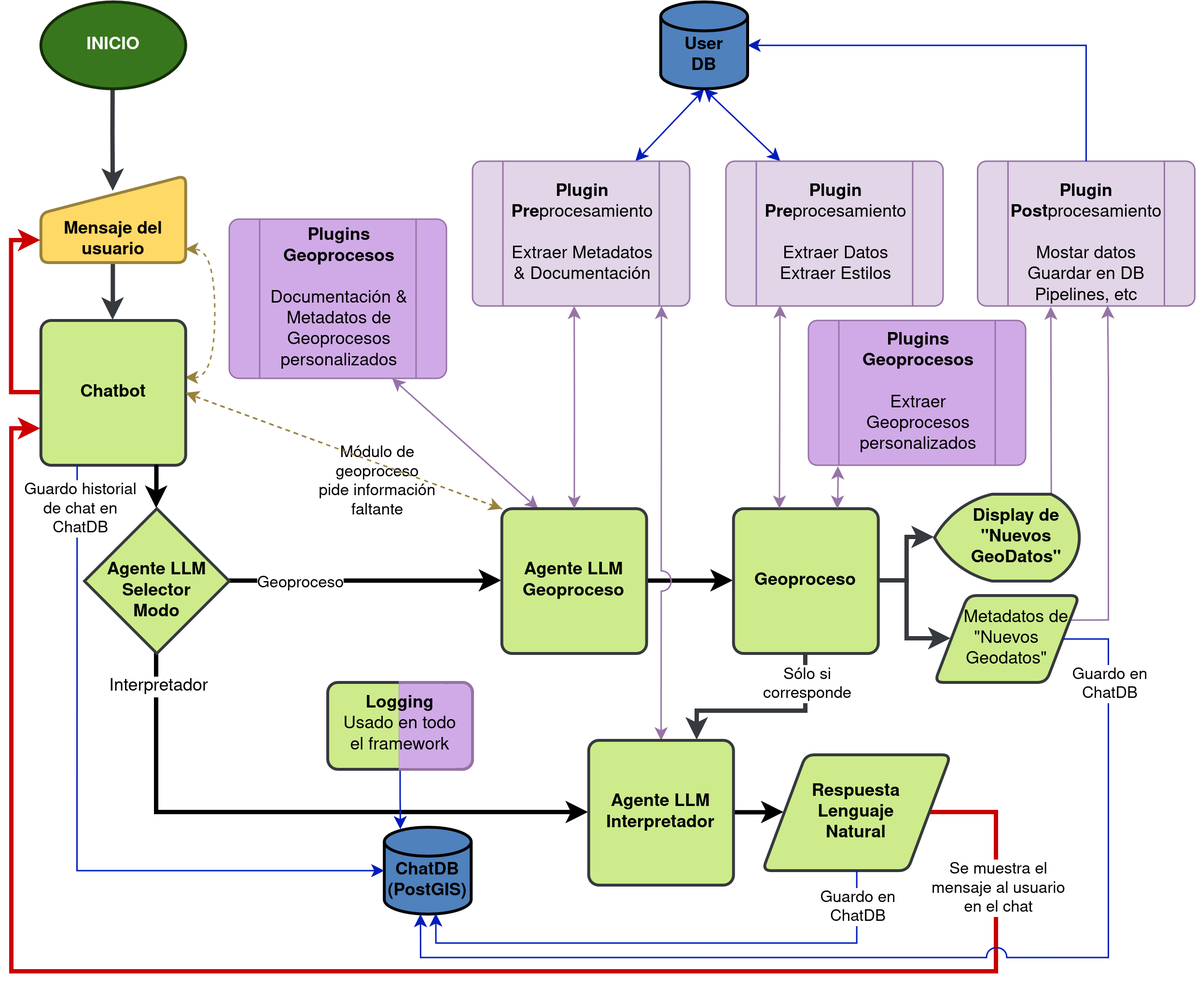
Above: docs/architecture.png in Escobares-Cristhian/llm-geoprocessing (draw.io), before the change. Source tidied: cells renumbered, new cells last; positions are measured from the earlier drawing's top-left corner, leaving out a move shared by most shapes.
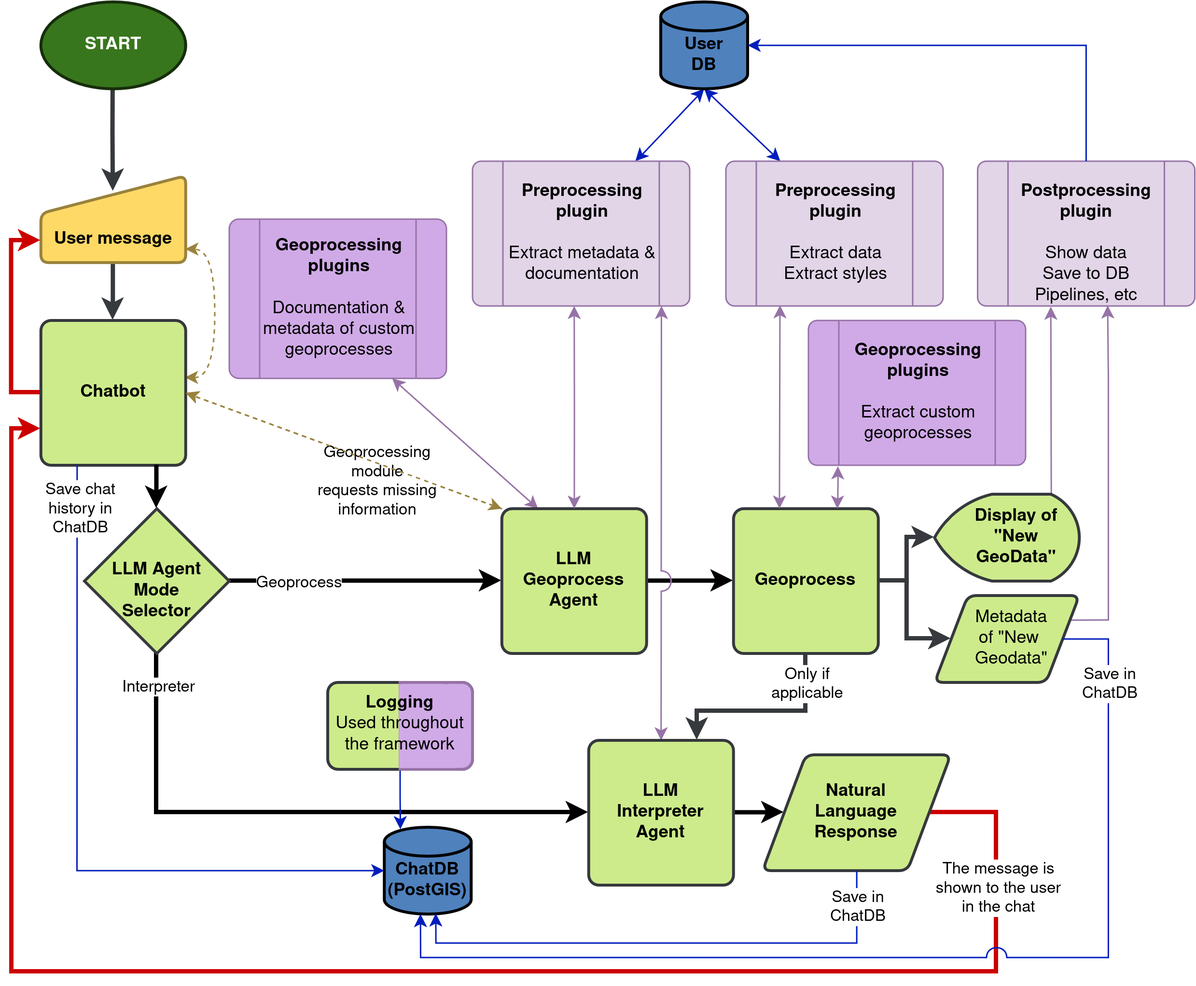
The same diagram one commit later.

Commit message:
readme: Translate architecture diagram and homogenize translations

The edit, as a diff of the source:
```diff
@@ -12,3 +12,3 @@
     </mxCell>
-    <mxCell id="3" value="&amp;nbsp;&amp;nbsp;&amp;nbsp; Metadatos de&lt;br&gt;&quot;Nuevos&lt;br&gt;Geodatos&quot;" style="shape=parallelogram;html=1;strokeWidth=2;perimeter=parallelogramPerimeter;whiteSpace=wrap;rounded=1;arcSize=12;size=0.23;fillColor=#cdeb8b;strokeColor=#36393d;" parent="1" vertex="1">
+    <mxCell id="3" value="&amp;nbsp; Metadata&lt;br&gt;&amp;nbsp;of &quot;New&lt;br&gt;&amp;nbsp; Geodata&quot;" style="shape=parallelogram;html=1;strokeWidth=2;perimeter=parallelogramPerimeter;whiteSpace=wrap;rounded=1;arcSize=12;size=0.23;fillColor=#cdeb8b;strokeColor=#36393d;" parent="1" vertex="1">
       <mxGeometry x="637.1" y="410" width="100" height="60" as="geometry" />
@@ -18,3 +18,3 @@
     </mxCell>
-    <mxCell id="5" value="&lt;div&gt;&lt;br&gt;&lt;/div&gt;&lt;div&gt;&lt;br&gt;&lt;/div&gt;&lt;div&gt;&lt;b&gt;Mensaje del usuario&lt;/b&gt;&lt;/div&gt;" style="html=1;strokeWidth=2;shape=manualInput;whiteSpace=wrap;rounded=1;size=26;arcSize=11;fillColor=#FFD966;strokeColor=#99823D;" parent="1" vertex="1">
+    <mxCell id="5" value="&lt;div&gt;&lt;br&gt;&lt;/div&gt;&lt;div&gt;&lt;br&gt;&lt;/div&gt;&lt;div&gt;&lt;b&gt;User message&lt;br&gt;&lt;/b&gt;&lt;/div&gt;" style="html=1;strokeWidth=2;shape=manualInput;whiteSpace=wrap;rounded=1;size=26;arcSize=11;fillColor=#FFD966;strokeColor=#99823D;" parent="1" vertex="1">
       <mxGeometry x="19.9" y="120" width="100" height="60" as="geometry" />
@@ -33,3 +33,3 @@
     </mxCell>
-    <mxCell id="10" value="&lt;b&gt;INICIO&lt;/b&gt;" style="strokeWidth=2;html=1;shape=mxgraph.flowchart.start_1;whiteSpace=wrap;fillColor=#38761D;strokeColor=#162E0B;fontColor=#FFFFFF;" parent="1" vertex="1">
+    <mxCell id="10" value="&lt;b&gt;START&lt;/b&gt;" style="strokeWidth=2;html=1;shape=mxgraph.flowchart.start_1;whiteSpace=wrap;fillColor=#38761D;strokeColor=#162E0B;fontColor=#FFFFFF;" parent="1" vertex="1">
       <mxGeometry x="19.9" width="100" height="60" as="geometry" />
@@ -39,3 +39,3 @@
     </mxCell>
-    <mxCell id="12" value="Geoproceso" style="edgeLabel;html=1;align=center;verticalAlign=middle;" parent="11" vertex="1">
+    <mxCell id="12" value="Geoprocess" style="edgeLabel;html=1;align=center;verticalAlign=middle;" parent="11" vertex="1">
       <mxGeometry x="-0.24" y="4" relative="1" as="geometry">
@@ -47,3 +47,3 @@
     </mxCell>
-    <mxCell id="14" value="&lt;font style=&quot;font-size: 12px;&quot;&gt;Interpretador&lt;/font&gt;" style="edgeLabel;html=1;align=center;verticalAlign=middle;" parent="13" vertex="1">
+    <mxCell id="14" value="Interpreter" style="edgeLabel;html=1;align=center;verticalAlign=middle;" parent="13" vertex="1">
       <mxGeometry x="-0.94" y="-1" relative="1" as="geometry">
@@ -58,3 +58,3 @@
     </mxCell>
-    <mxCell id="17" value="&lt;span&gt;&lt;span&gt;&lt;span&gt;Módulo de&lt;br&gt;geoproceso&lt;br&gt;pide información&lt;br&gt;faltante&lt;/span&gt;&lt;/span&gt;&lt;/span&gt;" style="edgeLabel;html=1;align=center;verticalAlign=middle;" parent="16" vertex="1">
+    <mxCell id="17" value="&lt;div&gt;&lt;span&gt;&lt;span&gt;&lt;span&gt;Geoprocessing&lt;/span&gt;&lt;/span&gt;&lt;/span&gt;&lt;/div&gt;&lt;div&gt;&lt;span&gt;&lt;span&gt;&lt;span&gt;module&lt;/span&gt;&lt;/span&gt;&lt;/span&gt;&lt;/div&gt;&lt;div&gt;&lt;span&gt;&lt;span&gt;&lt;span&gt;requests missing&lt;/span&gt;&lt;/span&gt;&lt;/span&gt;&lt;/div&gt;&lt;div&gt;&lt;span&gt;&lt;span&gt;&lt;span&gt;information&lt;/span&gt;&lt;/span&gt;&lt;/span&gt;&lt;/div&gt;" style="edgeLabel;html=1;align=center;verticalAlign=middle;" parent="16" vertex="1">
       <mxGeometry x="0.01" relative="1" as="geometry">
@@ -69,3 +69,3 @@
     </mxCell>
-    <mxCell id="20" value="&lt;div&gt;&lt;b&gt;Agente LLM&lt;/b&gt;&lt;/div&gt;&lt;div&gt;&lt;b&gt;Geoproceso&lt;/b&gt;&lt;/div&gt;" style="rounded=1;whiteSpace=wrap;html=1;absoluteArcSize=1;arcSize=14;strokeWidth=2;fillColor=#cdeb8b;strokeColor=#36393d;" parent="1" vertex="1">
+    <mxCell id="20" value="&lt;div&gt;&lt;b&gt;LLM&lt;/b&gt;&lt;/div&gt;&lt;div&gt;&lt;b&gt;Geoprocess Agent&lt;/b&gt;&lt;/div&gt;" style="rounded=1;whiteSpace=wrap;html=1;absoluteArcSize=1;arcSize=14;strokeWidth=2;fillColor=#cdeb8b;strokeColor=#36393d;" parent="1" vertex="1">
       <mxGeometry x="338.3" y="350" width="100" height="100" as="geometry" />
@@ -81,3 +81,3 @@
     </mxCell>
-    <mxCell id="24" value="&lt;b&gt;Plugin&lt;/b&gt;&lt;br&gt;&lt;b&gt;Pre&lt;/b&gt;procesamiento&lt;br&gt;&lt;br&gt;&lt;div&gt;Extraer Metadatos &amp;amp; Documentación&lt;br&gt;&lt;/div&gt;" style="verticalLabelPosition=middle;verticalAlign=middle;html=1;shape=process;whiteSpace=wrap;rounded=1;size=0.14;arcSize=6;labelPosition=center;align=center;fillColor=#e1d5e7;strokeColor=#9673a6;" parent="1" vertex="1">
+    <mxCell id="24" value="&lt;b&gt;Preprocessing plugin&lt;/b&gt;&lt;br&gt;&lt;br&gt;&lt;div&gt;Extract metadata &amp;amp; documentation&lt;br&gt;&lt;/div&gt;" style="verticalLabelPosition=middle;verticalAlign=middle;html=1;shape=process;whiteSpace=wrap;rounded=1;size=0.14;arcSize=6;labelPosition=center;align=center;fillColor=#e1d5e7;strokeColor=#9673a6;" parent="1" vertex="1">
       <mxGeometry x="318" y="110" width="150" height="100" as="geometry" />
@@ -98,3 +98,3 @@
     </mxCell>
-    <mxCell id="28" value="Sólo si&lt;br&gt;corresponde" style="edgeLabel;html=1;align=center;verticalAlign=middle;" parent="27" vertex="1">
+    <mxCell id="28" value="&lt;div&gt;Only if&lt;/div&gt;&lt;div&gt;applicable&lt;/div&gt;" style="edgeLabel;html=1;align=center;verticalAlign=middle;" parent="27" vertex="1">
       <mxGeometry x="-0.76" y="2" relative="1" as="geometry">
@@ -106,3 +106,3 @@
     </mxCell>
-    <mxCell id="30" value="&lt;b&gt;Geoproceso&lt;/b&gt;" style="rounded=1;whiteSpace=wrap;html=1;absoluteArcSize=1;arcSize=14;strokeWidth=2;fillColor=#cdeb8b;strokeColor=#36393d;" parent="1" vertex="1">
+    <mxCell id="30" value="&lt;b&gt;Geoprocess&lt;/b&gt;" style="rounded=1;whiteSpace=wrap;html=1;absoluteArcSize=1;arcSize=14;strokeWidth=2;fillColor=#cdeb8b;strokeColor=#36393d;" parent="1" vertex="1">
       <mxGeometry x="498.3" y="350" width="100" height="100" as="geometry" />
@@ -112,6 +112,6 @@
     </mxCell>
-    <mxCell id="32" value="&lt;div&gt;&lt;b&gt;Agente LLM&lt;/b&gt;&lt;/div&gt;&lt;div&gt;&lt;b&gt;Interpretador&lt;/b&gt;&lt;br&gt;&lt;/div&gt;" style="rounded=1;whiteSpace=wrap;html=1;absoluteArcSize=1;arcSize=14;strokeWidth=2;fillColor=#cdeb8b;strokeColor=#36393d;" parent="1" vertex="1">
+    <mxCell id="32" value="&lt;div&gt;&lt;b&gt;LLM&lt;/b&gt;&lt;/div&gt;&lt;div&gt;&lt;b&gt;Interpreter&lt;/b&gt;&lt;/div&gt;&lt;div&gt;&lt;b&gt;Agent&lt;/b&gt;&lt;/div&gt;" style="rounded=1;whiteSpace=wrap;html=1;absoluteArcSize=1;arcSize=14;strokeWidth=2;fillColor=#cdeb8b;strokeColor=#36393d;" parent="1" vertex="1">
       <mxGeometry x="398.3" y="510" width="100" height="100" as="geometry" />
     </mxCell>
-    <mxCell id="33" value="&lt;b&gt;Plugin&lt;/b&gt;&lt;br&gt;&lt;b&gt;Pre&lt;/b&gt;procesamiento&lt;br&gt;&lt;br&gt;&lt;div&gt;Extraer Datos&lt;/div&gt;&lt;div&gt;Extraer Estilos&lt;br&gt;&lt;/div&gt;" style="verticalLabelPosition=middle;verticalAlign=middle;html=1;shape=process;whiteSpace=wrap;rounded=1;size=0.14;arcSize=6;labelPosition=center;align=center;fillColor=#e1d5e7;strokeColor=#9673a6;" parent="1" vertex="1">
+    <mxCell id="33" value="&lt;b&gt;Preprocessing plugin&lt;/b&gt;&lt;br&gt;&lt;br&gt;&lt;div&gt;Extract data&lt;/div&gt;&lt;div&gt;Extract styles&lt;br&gt;&lt;/div&gt;" style="verticalLabelPosition=middle;verticalAlign=middle;html=1;shape=process;whiteSpace=wrap;rounded=1;size=0.14;arcSize=6;labelPosition=center;align=center;fillColor=#e1d5e7;strokeColor=#9673a6;" parent="1" vertex="1">
       <mxGeometry x="493" y="110" width="150" height="100" as="geometry" />
@@ -128,3 +128,3 @@
     </mxCell>
-    <mxCell id="35" value="Se muestra el&lt;br&gt;mensaje al usuario&lt;br&gt;en el chat" style="edgeLabel;html=1;align=center;verticalAlign=middle;" parent="34" vertex="1">
+    <mxCell id="35" value="&lt;div&gt;The message is&lt;/div&gt;&lt;div&gt;shown to the user&lt;/div&gt;&lt;div&gt;in the chat&lt;/div&gt;" style="edgeLabel;html=1;align=center;verticalAlign=middle;" parent="34" vertex="1">
       <mxGeometry x="-0.85" y="-1" relative="1" as="geometry">
@@ -133,3 +133,3 @@
     </mxCell>
-    <mxCell id="36" value="&lt;b&gt;Respuesta&lt;br&gt;Lenguaje&lt;br&gt;Natural&lt;/b&gt;" style="shape=parallelogram;html=1;strokeWidth=2;perimeter=parallelogramPerimeter;whiteSpace=wrap;rounded=1;arcSize=12;size=0.23;fillColor=#cdeb8b;strokeColor=#36393d;" parent="1" vertex="1">
+    <mxCell id="36" value="&lt;div&gt;&lt;b&gt;Natural&lt;/b&gt;&lt;/div&gt;&lt;div&gt;&lt;b&gt;Language&lt;/b&gt;&lt;/div&gt;&lt;div&gt;&lt;b&gt;Response&lt;/b&gt;&lt;/div&gt;" style="shape=parallelogram;html=1;strokeWidth=2;perimeter=parallelogramPerimeter;whiteSpace=wrap;rounded=1;arcSize=12;size=0.23;fillColor=#cdeb8b;strokeColor=#36393d;" parent="1" vertex="1">
       <mxGeometry x="518.3" y="520" width="130" height="80" as="geometry" />
@@ -153,3 +153,3 @@
     </mxCell>
-    <mxCell id="40" value="&lt;b&gt;&amp;nbsp;&amp;nbsp;&amp;nbsp; Display de&lt;br&gt;&amp;nbsp;&amp;nbsp;&amp;nbsp; &quot;Nuevos&lt;br&gt;&amp;nbsp;&amp;nbsp;&amp;nbsp; GeoDatos&quot;&lt;/b&gt;" style="strokeWidth=2;html=1;shape=mxgraph.flowchart.display;whiteSpace=wrap;fillColor=#cdeb8b;strokeColor=#36393d;" parent="1" vertex="1">
+    <mxCell id="40" value="&lt;b&gt;&amp;nbsp;&amp;nbsp;&amp;nbsp; Display of&lt;br&gt;&amp;nbsp;&amp;nbsp;&amp;nbsp; &quot;New&lt;br&gt;&amp;nbsp;&amp;nbsp;&amp;nbsp; GeoData&quot;&lt;/b&gt;" style="strokeWidth=2;html=1;shape=mxgraph.flowchart.display;whiteSpace=wrap;fillColor=#cdeb8b;strokeColor=#36393d;" parent="1" vertex="1">
       <mxGeometry x="637.1" y="340" width="100" height="60" as="geometry" />
@@ -172,3 +172,3 @@
     </mxCell>
-    <mxCell id="44" value="Guardo en&lt;br&gt;ChatDB" style="edgeLabel;html=1;align=center;verticalAlign=middle;" parent="43" vertex="1">
+    <mxCell id="44" value="&lt;div&gt;Save in&lt;/div&gt;&lt;div&gt;ChatDB&lt;/div&gt;" style="edgeLabel;html=1;align=center;verticalAlign=middle;" parent="43" vertex="1">
       <mxGeometry x="-0.95" relative="1" as="geometry">
@@ -177,6 +177,6 @@
     </mxCell>
-    <mxCell id="45" value="Guardo en&lt;br&gt;ChatDB" style="edgeLabel;html=1;align=center;verticalAlign=middle;" parent="1" vertex="1">
+    <mxCell id="45" value="&lt;div&gt;Save in&lt;/div&gt;&lt;div&gt;ChatDB&lt;/div&gt;" style="edgeLabel;html=1;align=center;verticalAlign=middle;" parent="1" vertex="1">
       <mxGeometry x="583.3" y="624" as="geometry" />
     </mxCell>
-    <mxCell id="46" value="&lt;div&gt;&lt;b&gt;&lt;br&gt;&lt;/b&gt;&lt;/div&gt;&lt;div&gt;&lt;b&gt;Plugin&lt;/b&gt;&lt;/div&gt;&lt;b&gt;Post&lt;/b&gt;procesamiento&lt;br&gt;&lt;br&gt;&lt;div&gt;Mostar datos&lt;/div&gt;&lt;div&gt;Guardar en DB&lt;/div&gt;&lt;div&gt;Pipelines, etc&lt;br&gt;&lt;/div&gt;" style="verticalLabelPosition=middle;verticalAlign=middle;html=1;shape=process;whiteSpace=wrap;rounded=1;size=0.14;arcSize=6;labelPosition=center;align=center;fillColor=#E1D5E7;strokeColor=#9673a6;" parent="1" vertex="1">
+    <mxCell id="46" value="&lt;div&gt;&lt;b&gt;&lt;br&gt;&lt;/b&gt;&lt;/div&gt;&lt;b&gt;Postprocessing plugin&lt;/b&gt;&lt;br&gt;&lt;br&gt;&lt;div&gt;Show data&lt;/div&gt;&lt;div&gt;Save to DB&lt;br&gt;&lt;/div&gt;&lt;div&gt;Pipelines, etc&lt;br&gt;&lt;/div&gt;" style="verticalLabelPosition=middle;verticalAlign=middle;html=1;shape=process;whiteSpace=wrap;rounded=1;size=0.14;arcSize=6;labelPosition=center;align=center;fillColor=#E1D5E7;strokeColor=#9673a6;" parent="1" vertex="1">
       <mxGeometry x="666.8" y="110" width="150" height="100" as="geometry" />
@@ -186,6 +186,6 @@
     </mxCell>
-    <mxCell id="48" value="&lt;div&gt;&lt;b&gt;Plugins&lt;/b&gt;&lt;/div&gt;&lt;b&gt;Geoprocesos&lt;/b&gt;&lt;br&gt;&lt;div&gt;&lt;br&gt;&lt;/div&gt;&lt;div&gt;Documentación &amp;amp; Metadatos de Geoprocesos personalizados&lt;/div&gt;" style="verticalLabelPosition=middle;verticalAlign=middle;html=1;shape=process;whiteSpace=wrap;rounded=1;size=0.14;arcSize=6;labelPosition=center;align=center;fillColor=#D0AAE7;strokeColor=#9673a6;" parent="1" vertex="1">
+    <mxCell id="48" value="&lt;b&gt;Geoprocessing plugins&lt;/b&gt;&lt;br&gt;&lt;div&gt;&lt;br&gt;&lt;/div&gt;&lt;div&gt;Documentation &amp;amp; metadata of custom geoprocesses&lt;/div&gt;" style="verticalLabelPosition=middle;verticalAlign=middle;html=1;shape=process;whiteSpace=wrap;rounded=1;size=0.14;arcSize=6;labelPosition=center;align=center;fillColor=#D0AAE7;strokeColor=#9673a6;" parent="1" vertex="1">
       <mxGeometry x="150" y="150" width="150" height="110" as="geometry" />
     </mxCell>
-    <mxCell id="49" value="&lt;div&gt;&lt;b&gt;&lt;br&gt;&lt;/b&gt;&lt;/div&gt;&lt;div&gt;&lt;b&gt;Plugins&lt;/b&gt;&lt;/div&gt;&lt;b&gt;Geoprocesos&lt;/b&gt;&lt;br&gt;&lt;div&gt;&lt;br&gt;&lt;/div&gt;&lt;div&gt;Extraer&lt;br&gt;&lt;/div&gt;&lt;div&gt;Geoprocesos personalizados&lt;/div&gt;&lt;div&gt;&lt;br&gt;&lt;/div&gt;" style="verticalLabelPosition=middle;verticalAlign=middle;html=1;shape=process;whiteSpace=wrap;rounded=1;size=0.14;arcSize=6;labelPosition=center;align=center;fillColor=#D0AAE7;strokeColor=#9673a6;" parent="1" vertex="1">
+    <mxCell id="49" value="&lt;div&gt;&lt;b&gt;&lt;br&gt;&lt;/b&gt;&lt;/div&gt;&lt;b&gt;Geoprocessing plugins&lt;/b&gt;&lt;br&gt;&lt;div&gt;&lt;br&gt;&lt;/div&gt;Extract custom geoprocesses&lt;div&gt;&lt;br&gt;&lt;/div&gt;" style="verticalLabelPosition=middle;verticalAlign=middle;html=1;shape=process;whiteSpace=wrap;rounded=1;size=0.14;arcSize=6;labelPosition=center;align=center;fillColor=#D0AAE7;strokeColor=#9673a6;" parent="1" vertex="1">
       <mxGeometry x="550" y="220" width="150" height="100" as="geometry" />
@@ -211,3 +211,3 @@
     </mxCell>
-    <mxCell id="53" value="Guardo historial&lt;br&gt;de chat en&lt;br&gt;ChatDB" style="edgeLabel;html=1;align=center;verticalAlign=middle;" parent="52" vertex="1">
+    <mxCell id="53" value="Save chat&lt;br&gt;history in&lt;br&gt;ChatDB" style="edgeLabel;html=1;align=center;verticalAlign=middle;" parent="52" vertex="1">
       <mxGeometry x="-0.9" relative="1" as="geometry">
@@ -216,3 +216,3 @@
     </mxCell>
-    <mxCell id="54" value="&lt;div&gt;&lt;b&gt;&lt;br&gt;Agente LLM&lt;/b&gt;&lt;/div&gt;&lt;div&gt;&lt;b&gt;Selector&lt;br&gt;Modo&lt;/b&gt;&lt;br&gt;&lt;/div&gt;" style="strokeWidth=2;html=1;shape=mxgraph.flowchart.decision;whiteSpace=wrap;fillColor=#cdeb8b;strokeColor=#36393d;" parent="1" vertex="1">
+    <mxCell id="54" value="&lt;div&gt;&lt;b&gt;&lt;br&gt;&lt;/b&gt;&lt;/div&gt;&lt;div&gt;&lt;b&gt;LLM Agent&lt;/b&gt;&lt;/div&gt;&lt;div&gt;&lt;b&gt;Mode&lt;/b&gt;&lt;/div&gt;&lt;div&gt;&lt;b&gt;Selector&lt;/b&gt;&lt;/div&gt;" style="strokeWidth=2;html=1;shape=mxgraph.flowchart.decision;whiteSpace=wrap;fillColor=#cdeb8b;strokeColor=#36393d;" parent="1" vertex="1">
       <mxGeometry x="50" y="350" width="100" height="100" as="geometry" />
@@ -234,3 +234,3 @@
     </mxCell>
-    <mxCell id="60" value="&lt;div align=&quot;center&quot;&gt;&lt;b&gt;Logging&lt;/b&gt;&lt;br&gt;Usado en todo&lt;br&gt;el framework&lt;/div&gt;" style="text;whiteSpace=wrap;html=1;align=center;textShadow=0;" parent="1" vertex="1">
+    <mxCell id="60" value="&lt;div align=&quot;center&quot;&gt;&lt;b&gt;Logging&lt;/b&gt;&lt;/div&gt;&lt;div align=&quot;center&quot;&gt;Used throughout&lt;/div&gt;&lt;div align=&quot;center&quot;&gt;the framework&lt;/div&gt;" style="text;whiteSpace=wrap;html=1;align=center;textShadow=0;" parent="1" vertex="1">
       <mxGeometry x="213" y="471" width="110" height="70" as="geometry" />
```
